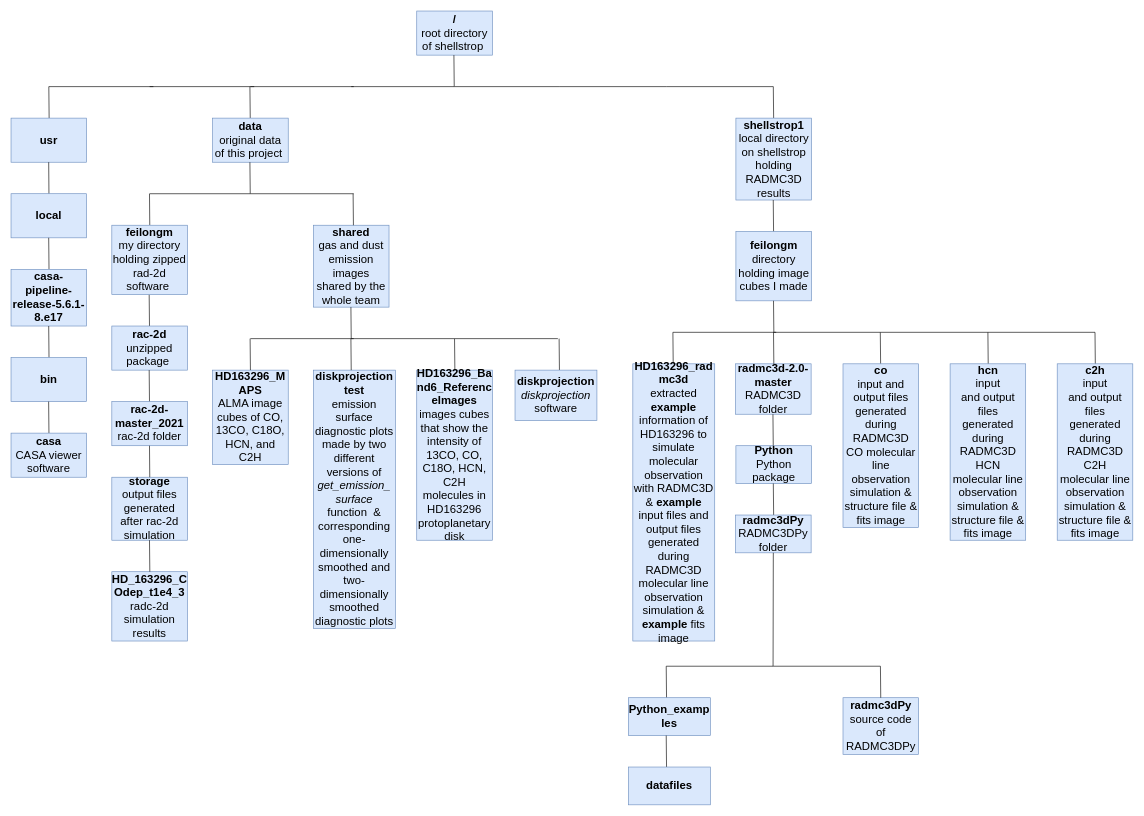
Above: notebooks/Untitled Diagram.drawio in feilongm/Notebooks (draw.io), before the change. Source tidied: cells renumbered, new cells numbered last; positions are measured from the earlier drawing's top-left corner, leaving out a move shared by most shapes. Both pictures are drawn from the tidied source at 63%, with x=0, y=0 at pixel (11, 11).
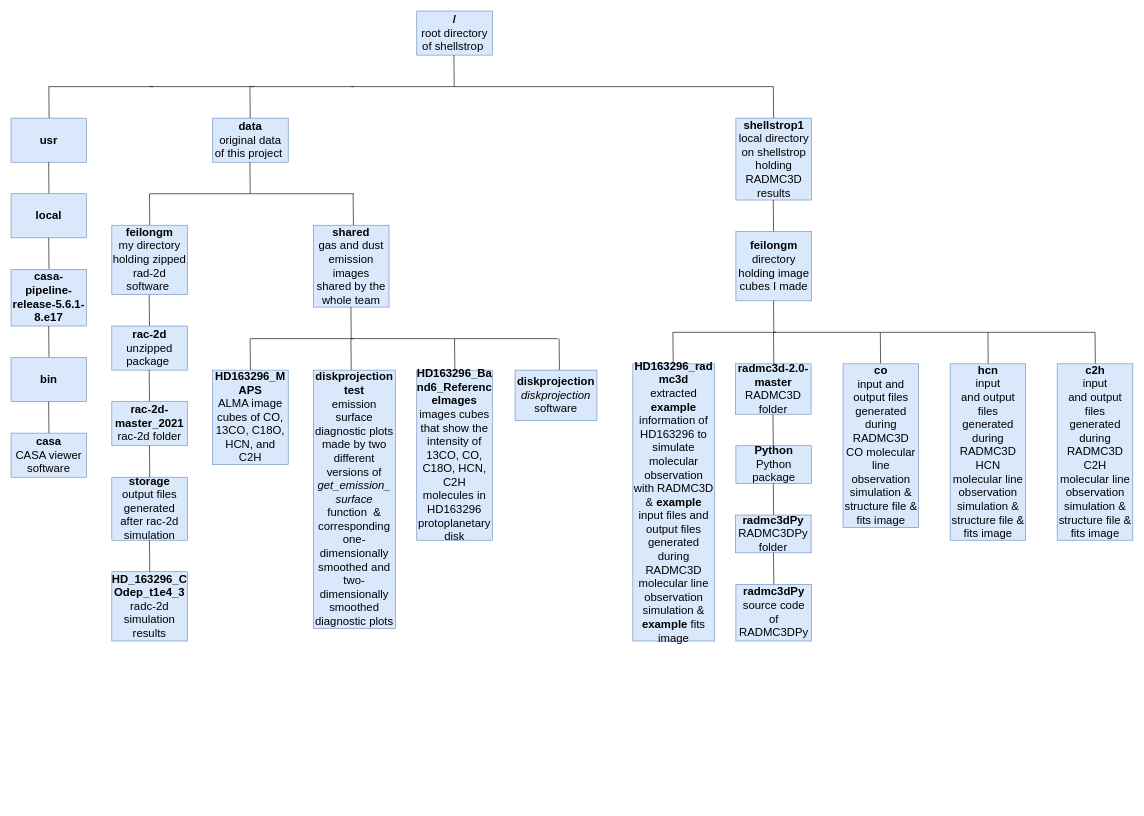
The same page after the edit.

Diff of the diagram source:
```diff
@@
-    <mxCell id="23" style="endArrow=none;html=1;" parent="1" edge="1">
-      <mxGeometry relative="1" as="geometry">
-        <mxPoint x="1209.6" y="1040" as="sourcePoint" />
-        <mxPoint x="1210" y="860" as="targetPoint" />
-      </mxGeometry>
-    </mxCell>
     <mxCell id="24" value="&lt;font style=&quot;font-size: 18px&quot;&gt;&lt;b&gt;radmc3dPy&lt;/b&gt;&lt;br&gt;source code of RADMC3DPy&lt;br&gt;&lt;/font&gt;" style="rounded=0;whiteSpace=wrap;html=1;fillColor=#dae8fc;strokeColor=#6c8ebf;" parent="1" vertex="1">
-      <mxGeometry x="1320.6" y="1090" width="120" height="90" as="geometry" />
+      <mxGeometry x="1150.6" y="910" width="120" height="90" as="geometry" />
     </mxCell>
@@
-    <mxCell id="31" style="endArrow=none;html=1;" parent="1" edge="1">
-      <mxGeometry relative="1" as="geometry">
-        <mxPoint x="1210" y="1040" as="sourcePoint" />
-        <mxPoint x="1380" y="1040" as="targetPoint" />
-      </mxGeometry>
-    </mxCell>
-    <mxCell id="32" style="endArrow=none;html=1;" parent="1" edge="1">
-      <mxGeometry relative="1" as="geometry">
-        <mxPoint x="1040" y="1040" as="sourcePoint" />
-        <mxPoint x="1210" y="1040" as="targetPoint" />
-      </mxGeometry>
-    </mxCell>
-    <mxCell id="33" style="endArrow=none;html=1;" parent="1" edge="1">
-      <mxGeometry relative="1" as="geometry">
-        <mxPoint x="1040.5" y="1090" as="sourcePoint" />
-        <mxPoint x="1040" y="1040" as="targetPoint" />
-      </mxGeometry>
-    </mxCell>
-    <mxCell id="34" style="endArrow=none;html=1;" parent="1" edge="1">
-      <mxGeometry relative="1" as="geometry">
-        <mxPoint x="1380.5" y="1090" as="sourcePoint" />
-        <mxPoint x="1380" y="1040" as="targetPoint" />
-      </mxGeometry>
-    </mxCell>
-    <mxCell id="35" value="&lt;font style=&quot;font-size: 18px&quot;&gt;&lt;b&gt;Python_examp&lt;br&gt;les&lt;/b&gt;&lt;br&gt;&lt;/font&gt;" style="rounded=0;whiteSpace=wrap;html=1;fillColor=#dae8fc;strokeColor=#6c8ebf;" parent="1" vertex="1">
-      <mxGeometry x="980" y="1090" width="130" height="60" as="geometry" />
-    </mxCell>
-    <mxCell id="36" style="endArrow=none;html=1;" parent="1" edge="1">
-      <mxGeometry relative="1" as="geometry">
-        <mxPoint x="1040.5" y="1200" as="sourcePoint" />
-        <mxPoint x="1040" y="1150" as="targetPoint" />
-      </mxGeometry>
-    </mxCell>
-    <mxCell id="37" value="&lt;font style=&quot;font-size: 18px&quot;&gt;&lt;b&gt;datafiles&lt;/b&gt;&lt;br&gt;&lt;/font&gt;" style="rounded=0;whiteSpace=wrap;html=1;fillColor=#dae8fc;strokeColor=#6c8ebf;" parent="1" vertex="1">
-      <mxGeometry x="980" y="1200" width="130" height="60" as="geometry" />
-    </mxCell>
@@
+    <mxCell id="82" style="endArrow=none;html=1;" parent="1" edge="1">
+      <mxGeometry relative="1" as="geometry">
+        <mxPoint x="1210.8" y="910" as="sourcePoint" />
+        <mxPoint x="1210.2" y="860" as="targetPoint" />
+      </mxGeometry>
+    </mxCell>
```
